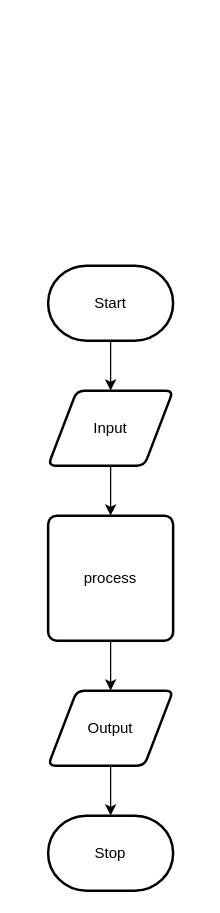
Above: design/flow-chart.drawio in ekaterina-chernykh/ICS20-Unit-3-02 (draw.io), before the change. Source tidied: cells renumbered, new cells numbered last; positions are measured from the earlier drawing's top-left corner, leaving out a move shared by most shapes. Both pictures are drawn from the tidied source at 125%, with x=0, y=0 at pixel (48, 265).
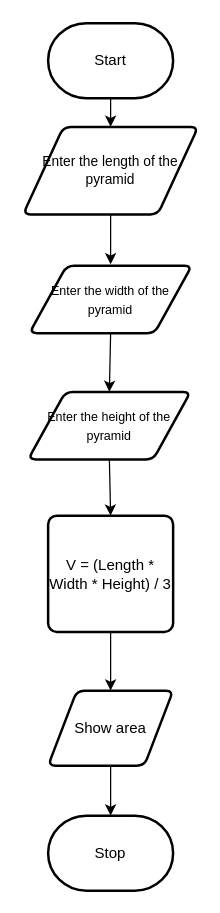
The same diagram, later.

Commit message (it also covers changes not shown here):
flowchart and storyboard

The edit, as a diff of the source:
```diff
@@
 <mxGraphModel>
   <root>
     <mxCell id="0" />
     <mxCell id="1" parent="0" />
     <mxCell id="2" style="edgeStyle=none;html=1;" parent="1" edge="1" source="3" target="5">
       <mxGeometry relative="1" as="geometry" />
     </mxCell>
     <mxCell id="3" value="Start" style="strokeWidth=2;html=1;shape=mxgraph.flowchart.terminator;whiteSpace=wrap;" parent="1" vertex="1">
-      <mxGeometry width="100" height="60" as="geometry" />
+      <mxGeometry y="-194" width="100" height="60" as="geometry" />
     </mxCell>
-    <mxCell id="4" style="edgeStyle=none;html=1;" parent="1" edge="1" source="5" target="7">
-      <mxGeometry relative="1" as="geometry" />
+    <mxCell id="4" style="edgeStyle=none;html=1;" parent="1" edge="1" source="5">
+      <mxGeometry relative="1" as="geometry">
+        <mxPoint x="50" y="-1" as="targetPoint" />
+      </mxGeometry>
     </mxCell>
-    <mxCell id="5" value="Input" style="shape=parallelogram;html=1;strokeWidth=2;perimeter=parallelogramPerimeter;whiteSpace=wrap;rounded=1;arcSize=12;size=0.23;" parent="1" vertex="1">
-      <mxGeometry y="100" width="100" height="60" as="geometry" />
+    <mxCell id="5" value="Enter the length of the pyramid" style="shape=parallelogram;html=1;strokeWidth=2;perimeter=parallelogramPerimeter;whiteSpace=wrap;rounded=1;arcSize=12;size=0.23;fontSize=11;" parent="1" vertex="1">
+      <mxGeometry x="-20" y="-111" width="140" height="70" as="geometry" />
     </mxCell>
     <mxCell id="6" style="edgeStyle=none;html=1;" parent="1" edge="1" source="7" target="9">
       <mxGeometry relative="1" as="geometry" />
     </mxCell>
-    <mxCell id="7" value="process" style="rounded=1;whiteSpace=wrap;html=1;absoluteArcSize=1;arcSize=14;strokeWidth=2;" parent="1" vertex="1">
-      <mxGeometry y="200" width="100" height="100" as="geometry" />
+    <mxCell id="7" value="V = (Length * Width * Height) / 3" style="rounded=1;whiteSpace=wrap;html=1;absoluteArcSize=1;arcSize=14;strokeWidth=2;" parent="1" vertex="1">
+      <mxGeometry y="200" width="100" height="93" as="geometry" />
     </mxCell>
     <mxCell id="8" style="edgeStyle=none;html=1;" parent="1" edge="1" source="9" target="10">
       <mxGeometry relative="1" as="geometry" />
     </mxCell>
-    <mxCell id="9" value="Output" style="shape=parallelogram;html=1;strokeWidth=2;perimeter=parallelogramPerimeter;whiteSpace=wrap;rounded=1;arcSize=12;size=0.23;" parent="1" vertex="1">
+    <mxCell id="9" value="Show area" style="shape=parallelogram;html=1;strokeWidth=2;perimeter=parallelogramPerimeter;whiteSpace=wrap;rounded=1;arcSize=12;size=0.23;" parent="1" vertex="1">
       <mxGeometry y="340" width="100" height="60" as="geometry" />
     </mxCell>
     <mxCell id="10" value="Stop" style="strokeWidth=2;html=1;shape=mxgraph.flowchart.terminator;whiteSpace=wrap;" parent="1" vertex="1">
       <mxGeometry y="440" width="100" height="60" as="geometry" />
     </mxCell>
+    <mxCell id="11" value="&lt;font style=&quot;font-size: 10px&quot;&gt;Enter the width of the pyramid&lt;/font&gt;" style="shape=parallelogram;html=1;strokeWidth=2;perimeter=parallelogramPerimeter;whiteSpace=wrap;rounded=1;arcSize=12;size=0.23;" parent="1" vertex="1">
+      <mxGeometry x="-15" width="130" height="54" as="geometry" />
+    </mxCell>
+    <mxCell id="12" style="edgeStyle=none;html=1;exitX=0.5;exitY=1;exitDx=0;exitDy=0;entryX=0.5;entryY=0;entryDx=0;entryDy=0;" parent="1" edge="1" source="11" target="13">
+      <mxGeometry relative="1" as="geometry" />
+    </mxCell>
+    <mxCell id="13" value="&lt;font style=&quot;font-size: 10px&quot;&gt;Enter the height of the pyramid&lt;/font&gt;" style="shape=parallelogram;html=1;strokeWidth=2;perimeter=parallelogramPerimeter;whiteSpace=wrap;rounded=1;arcSize=12;size=0.23;" parent="1" vertex="1">
+      <mxGeometry x="-16" y="101" width="130" height="54" as="geometry" />
+    </mxCell>
+    <mxCell id="14" style="edgeStyle=none;html=1;exitX=0.5;exitY=1;exitDx=0;exitDy=0;entryX=0.5;entryY=0;entryDx=0;entryDy=0;" parent="1" edge="1" source="13" target="7">
+      <mxGeometry relative="1" as="geometry" />
+    </mxCell>
   </root>
 </mxGraphModel>
```
